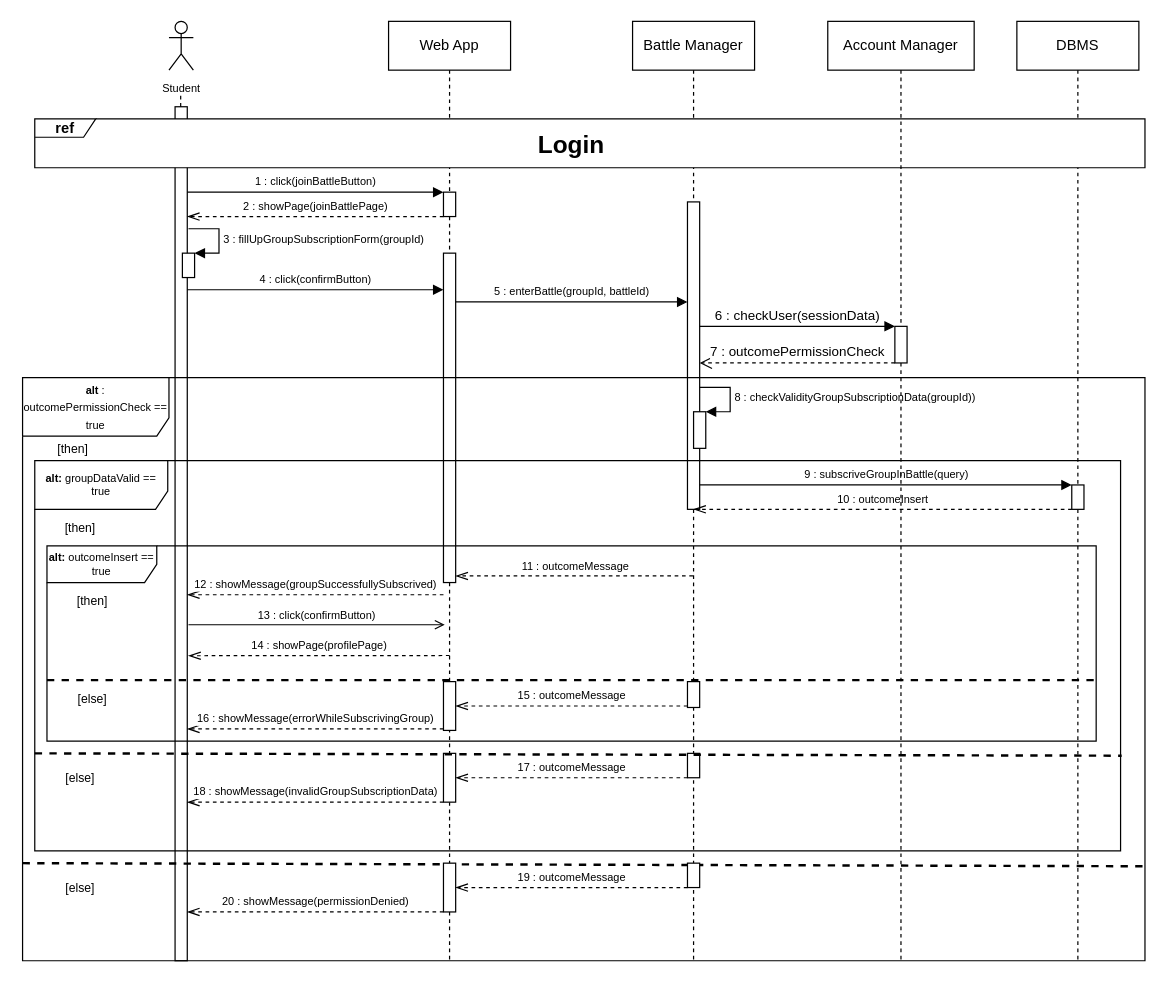
Earlier version of the draw.io diagram DDwip/ExtraFiles/Sequence/Sequence10DD.drawio (francescospangaro/SpangaroTosettiRiccardi). Source tidied: cells renumbered, new cells numbered last; positions are measured from the earlier drawing's top-left corner, leaving out a move shared by most shapes. Both pictures are drawn from the tidied source at 122%, with x=0, y=0 at pixel (22, 21).
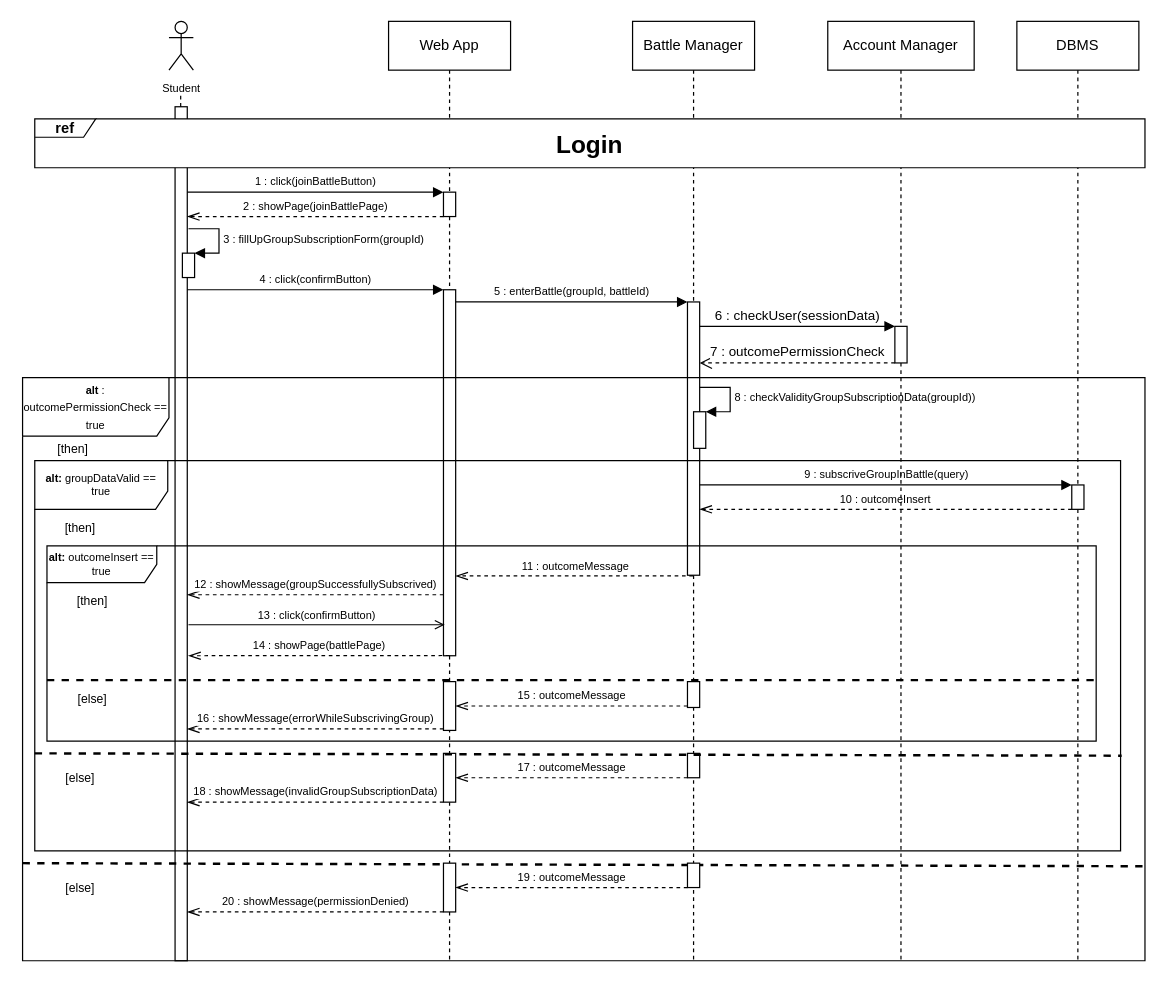
The same page after the edit.

Unchanged cells that the change refers to:
```xml
<mxCell id="2" value="Battle Manager" style="shape=umlLifeline;perimeter=lifelinePerimeter;whiteSpace=wrap;html=1;outlineConnect=0;portConstraint=eastwest;newEdgeStyle={&quot;curved&quot;:0,&quot;rounded&quot;:0};" parent="1" vertex="1">
  <mxGeometry x="500" width="100" height="770" as="geometry" />
</mxCell>
<mxCell id="7" value="Web App" style="shape=umlLifeline;perimeter=lifelinePerimeter;whiteSpace=wrap;html=1;newEdgeStyle={&quot;edgeStyle&quot;:&quot;elbowEdgeStyle&quot;,&quot;elbow&quot;:&quot;vertical&quot;,&quot;curved&quot;:0,&quot;rounded&quot;:0};" parent="1" vertex="1">
  <mxGeometry x="300" width="100" height="770" as="geometry" />
</mxCell>
<mxCell id="29" style="html=1;points=[];perimeter=orthogonalPerimeter;outlineConnect=0;targetShapes=umlLifeline;portConstraint=eastwest;newEdgeStyle={&quot;edgeStyle&quot;:&quot;elbowEdgeStyle&quot;,&quot;elbow&quot;:&quot;vertical&quot;,&quot;curved&quot;:0,&quot;rounded&quot;:0};" parent="1" vertex="1">
  <mxGeometry x="860" y="380" width="10" height="20" as="geometry" />
</mxCell>
```

Change to the diagram source:
```diff
@@
     <mxCell id="3" style="html=1;points=[];perimeter=orthogonalPerimeter;outlineConnect=0;targetShapes=umlLifeline;portConstraint=eastwest;newEdgeStyle={&quot;edgeStyle&quot;:&quot;elbowEdgeStyle&quot;,&quot;elbow&quot;:&quot;vertical&quot;,&quot;curved&quot;:0,&quot;rounded&quot;:0};" parent="2" vertex="1">
-      <mxGeometry x="45" y="148" width="10" height="252" as="geometry" />
+      <mxGeometry x="45" y="230" width="10" height="224" as="geometry" />
     </mxCell>
@@
     <mxCell id="9" style="html=1;points=[];perimeter=orthogonalPerimeter;outlineConnect=0;targetShapes=umlLifeline;portConstraint=eastwest;newEdgeStyle={&quot;edgeStyle&quot;:&quot;elbowEdgeStyle&quot;,&quot;elbow&quot;:&quot;vertical&quot;,&quot;curved&quot;:0,&quot;rounded&quot;:0};" parent="7" vertex="1">
-      <mxGeometry x="45" y="190" width="10" height="270" as="geometry" />
+      <mxGeometry x="45" y="220" width="10" height="300" as="geometry" />
     </mxCell>
@@
-    <mxCell id="17" value="&lt;b&gt;ref&lt;/b&gt;" style="shape=umlFrame;whiteSpace=wrap;html=1;width=50;height=15;labelBorderColor=none;labelBackgroundColor=none;fontColor=default;swimlaneFillColor=default;" parent="1" vertex="1">
-      <mxGeometry x="10" y="80" width="910" height="40" as="geometry" />
-    </mxCell>
@@
-    <mxCell id="31" value="&lt;font style=&quot;font-size: 9px;&quot;&gt;10 : outcomeInsert&lt;/font&gt;" style="html=1;verticalAlign=bottom;endArrow=openThin;dashed=1;endSize=8;edgeStyle=elbowEdgeStyle;elbow=horizontal;curved=0;rounded=0;endFill=0;entryX=0.5;entryY=1;entryDx=0;entryDy=0;entryPerimeter=0;" parent="1" edge="1" source="29" target="3">
+    <mxCell id="31" value="&lt;font style=&quot;font-size: 9px;&quot;&gt;10 : outcomeInsert&lt;/font&gt;" style="html=1;verticalAlign=bottom;endArrow=openThin;dashed=1;endSize=8;edgeStyle=elbowEdgeStyle;elbow=horizontal;curved=0;rounded=0;endFill=0;" parent="1" edge="1" source="29" target="3">
       <mxGeometry relative="1" as="geometry">
         <Array as="points">
           <mxPoint x="780" y="400" />
         </Array>
       </mxGeometry>
     </mxCell>
@@
-    <mxCell id="37" value="&lt;font style=&quot;font-size: 9px;&quot;&gt;14 : showPage(profilePage)&lt;/font&gt;" style="html=1;verticalAlign=bottom;endArrow=openThin;dashed=1;endSize=8;edgeStyle=elbowEdgeStyle;elbow=vertical;curved=0;rounded=0;endFill=0;exitX=0.5;exitY=0.996;exitDx=0;exitDy=0;exitPerimeter=0;" parent="1" edge="1">
+    <mxCell id="37" value="&lt;font style=&quot;font-size: 9px;&quot;&gt;14 : showPage(battlePage)&lt;/font&gt;" style="html=1;verticalAlign=bottom;endArrow=openThin;dashed=1;endSize=8;edgeStyle=elbowEdgeStyle;elbow=vertical;curved=0;rounded=0;endFill=0;exitX=0.5;exitY=0.996;exitDx=0;exitDy=0;exitPerimeter=0;" parent="1" edge="1">
       <mxGeometry relative="1" as="geometry">
         <mxPoint x="350" y="519.8" as="sourcePoint" />
         <mxPoint x="136" y="520" as="targetPoint" />
         <Array as="points">
           <mxPoint x="226" y="520" />
         </Array>
       </mxGeometry>
     </mxCell>
@@
-    <mxCell id="40" value="&lt;b&gt;&lt;font style=&quot;font-size: 20px;&quot;&gt;Login&lt;/font&gt;&lt;/b&gt;" style="text;html=1;strokeColor=none;fillColor=none;align=center;verticalAlign=middle;whiteSpace=wrap;rounded=0;" parent="1" vertex="1">
-      <mxGeometry x="420" y="85" width="60" height="30" as="geometry" />
-    </mxCell>
@@
+    <mxCell id="17" value="&lt;b&gt;ref&lt;/b&gt;" style="shape=umlFrame;whiteSpace=wrap;html=1;width=50;height=15;labelBorderColor=none;labelBackgroundColor=none;fontColor=default;swimlaneFillColor=default;" parent="1" vertex="1">
+      <mxGeometry x="10" y="80" width="910" height="40" as="geometry" />
+    </mxCell>
+    <mxCell id="40" value="&lt;b&gt;&lt;font style=&quot;font-size: 20px;&quot;&gt;Login&lt;/font&gt;&lt;/b&gt;" style="text;html=1;strokeColor=none;fillColor=none;align=center;verticalAlign=middle;whiteSpace=wrap;rounded=0;" parent="1" vertex="1">
+      <mxGeometry x="435" y="85" width="60" height="30" as="geometry" />
+    </mxCell>
```
